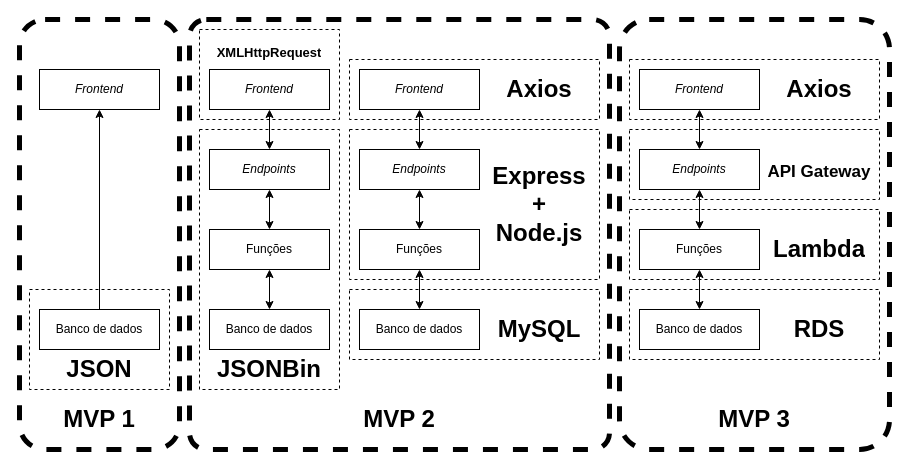
Before: page "Progressão" (1 of 3) of Files/Texto/Diagramas/Drawio/API.drawio in UENF-Organizacao-de-Disciplinas/INF01131-Monografia, a draw.io diagram. Source tidied: cells renumbered, new cells numbered last; positions are measured from the earlier drawing's top-left corner, leaving out a move shared by most shapes. Both pictures are drawn from the tidied source at 100%, with x=0, y=0 at pixel (19, 19).
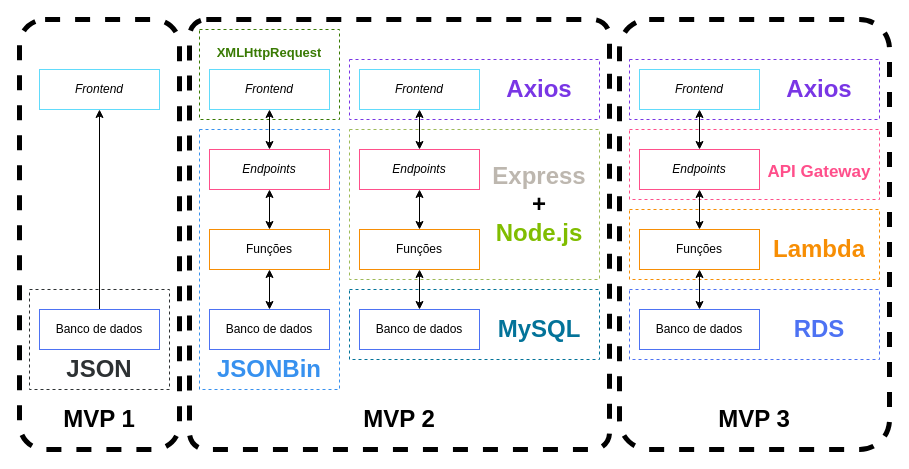
The same page after the edit.

What changed in the source:
```diff
@@
-    <mxCell id="3" style="group;" parent="1" vertex="1">
+    <mxCell id="3" style="group;rounded=0;dashed=1;strokeColor=#397a03;align=center;verticalAlign=middle;fontFamily=Helvetica;fontSize=12;fontColor=default;fillColor=none;" parent="1" vertex="1">
       <mxGeometry x="180" y="10" width="140" height="90" as="geometry" />
     </mxCell>
-    <mxCell id="4" value="&lt;h1&gt;&lt;font style=&quot;font-size: 13px&quot;&gt;XMLHttpRequest&lt;/font&gt;&lt;/h1&gt;" style="text;html=1;strokeColor=none;fillColor=none;spacing=5;spacingTop=-20;whiteSpace=wrap;overflow=hidden;rounded=0;dashed=1;align=center;" parent="3" vertex="1">
+    <mxCell id="4" value="&lt;h1&gt;&lt;font color=&quot;#397a03&quot; style=&quot;font-size: 13px&quot;&gt;XMLHttpRequest&lt;/font&gt;&lt;/h1&gt;" style="text;html=1;strokeColor=none;fillColor=none;spacing=5;spacingTop=-20;whiteSpace=wrap;overflow=hidden;rounded=0;dashed=1;align=center;fontFamily=Helvetica;fontSize=12;fontColor=default;" parent="3" vertex="1">
       <mxGeometry x="10" width="120" height="40" as="geometry" />
     </mxCell>
-    <mxCell id="5" style="rounded=0;whiteSpace=wrap;html=1;dashed=1;fillColor=none;" parent="3" vertex="1">
-      <mxGeometry width="140" height="90" as="geometry" />
-    </mxCell>
-    <mxCell id="6" style="rounded=1;whiteSpace=wrap;html=1;dashed=1;fillColor=none;strokeWidth=5;arcSize=16;" parent="1" vertex="1">
+    <mxCell id="6" style="rounded=1;whiteSpace=wrap;html=1;dashed=1;fillColor=none;strokeWidth=5;arcSize=16;strokeColor=default;" parent="1" vertex="1">
       <mxGeometry width="160" height="430" as="geometry" />
     </mxCell>
@@
-    <mxCell id="8" style="rounded=0;whiteSpace=wrap;html=1;dashed=1;fillColor=none;" parent="1" vertex="1">
+    <mxCell id="8" style="rounded=0;whiteSpace=wrap;html=1;dashed=1;fillColor=none;strokeColor=#4D72F3;" parent="1" vertex="1">
       <mxGeometry x="610" y="270" width="250" height="70" as="geometry" />
     </mxCell>
-    <mxCell id="9" style="rounded=0;whiteSpace=wrap;html=1;dashed=1;fillColor=none;" parent="1" vertex="1">
+    <mxCell id="9" style="rounded=0;whiteSpace=wrap;html=1;dashed=1;fillColor=none;labelBackgroundColor=none;strokeColor=#FF4F8B;" parent="1" vertex="1">
       <mxGeometry x="610" y="110" width="250" height="70" as="geometry" />
     </mxCell>
-    <mxCell id="10" style="rounded=0;whiteSpace=wrap;html=1;dashed=1;fillColor=none;" parent="1" vertex="1">
+    <mxCell id="10" style="rounded=0;whiteSpace=wrap;html=1;dashed=1;fillColor=none;fontColor=#F78E04;strokeColor=#F78E04;" parent="1" vertex="1">
       <mxGeometry x="610" y="190" width="250" height="70" as="geometry" />
     </mxCell>
-    <mxCell id="11" style="rounded=0;whiteSpace=wrap;html=1;dashed=1;fillColor=none;" parent="1" vertex="1">
+    <mxCell id="11" style="rounded=0;whiteSpace=wrap;html=1;dashed=1;fillColor=none;strokeColor=#7936e5;" parent="1" vertex="1">
       <mxGeometry x="610" y="40" width="250" height="60" as="geometry" />
     </mxCell>
-    <mxCell id="12" style="rounded=0;whiteSpace=wrap;html=1;dashed=1;fillColor=none;" parent="1" vertex="1">
+    <mxCell id="12" style="rounded=0;whiteSpace=wrap;html=1;dashed=1;fillColor=none;strokeColor=#2d3133;fontColor=#2d3133;" parent="1" vertex="1">
       <mxGeometry x="10" y="270" width="140" height="100" as="geometry" />
     </mxCell>
-    <mxCell id="13" style="rounded=0;whiteSpace=wrap;html=1;dashed=1;fillColor=none;" parent="1" vertex="1">
+    <mxCell id="13" style="rounded=0;whiteSpace=wrap;html=1;dashed=1;fillColor=none;fontColor=#3791ef;strokeColor=#3791ef;" parent="1" vertex="1">
       <mxGeometry x="180" y="110" width="140" height="260" as="geometry" />
     </mxCell>
-    <mxCell id="14" style="rounded=0;whiteSpace=wrap;html=1;dashed=1;fillColor=none;" parent="1" vertex="1">
+    <mxCell id="14" style="rounded=0;whiteSpace=wrap;html=1;dashed=1;fillColor=none;strokeColor=#037399;" parent="1" vertex="1">
       <mxGeometry x="330" y="270" width="250" height="70" as="geometry" />
     </mxCell>
-    <mxCell id="15" style="rounded=0;whiteSpace=wrap;html=1;dashed=1;fillColor=none;" parent="1" vertex="1">
+    <mxCell id="15" style="rounded=0;whiteSpace=wrap;html=1;dashed=1;fillColor=none;strokeColor=#9eba58;" parent="1" vertex="1">
       <mxGeometry x="330" y="110" width="250" height="150" as="geometry" />
     </mxCell>
-    <mxCell id="16" style="rounded=0;whiteSpace=wrap;html=1;dashed=1;fillColor=none;" parent="1" vertex="1">
+    <mxCell id="16" style="rounded=0;whiteSpace=wrap;html=1;dashed=1;fillColor=none;strokeColor=#7936e5;" parent="1" vertex="1">
       <mxGeometry x="330" y="40" width="250" height="60" as="geometry" />
     </mxCell>
@@
-    <mxCell id="18" value="&lt;i&gt;Frontend&lt;/i&gt;" style="rounded=0;whiteSpace=wrap;html=1;fillColor=none;" parent="1" vertex="1">
+    <mxCell id="18" value="&lt;i&gt;Frontend&lt;/i&gt;" style="rounded=0;whiteSpace=wrap;html=1;fillColor=none;strokeColor=#61dbfb;" parent="1" vertex="1">
       <mxGeometry x="20" y="50" width="120" height="40" as="geometry" />
     </mxCell>
@@
-    <mxCell id="20" value="Banco de dados" style="rounded=0;whiteSpace=wrap;html=1;fillColor=none;" parent="1" vertex="1">
+    <mxCell id="20" value="Banco de dados" style="rounded=0;whiteSpace=wrap;html=1;fillColor=none;strokeColor=#4D72F3;" parent="1" vertex="1">
       <mxGeometry x="20" y="290" width="120" height="40" as="geometry" />
     </mxCell>
@@
-    <mxCell id="22" value="&lt;i&gt;Frontend&lt;/i&gt;" style="rounded=0;whiteSpace=wrap;html=1;fillColor=none;" parent="1" vertex="1">
+    <mxCell id="22" value="&lt;i&gt;Frontend&lt;/i&gt;" style="rounded=0;whiteSpace=wrap;html=1;fillColor=none;strokeColor=#61dbfb;" parent="1" vertex="1">
       <mxGeometry x="190" y="50" width="120" height="40" as="geometry" />
     </mxCell>
@@
-    <mxCell id="24" value="&lt;i&gt;Endpoints&lt;/i&gt;" style="rounded=0;whiteSpace=wrap;html=1;fillColor=none;" parent="1" vertex="1">
+    <mxCell id="24" value="&lt;i&gt;Endpoints&lt;/i&gt;" style="rounded=0;whiteSpace=wrap;html=1;fillColor=none;strokeColor=#FF4F8B;" parent="1" vertex="1">
       <mxGeometry x="190" y="130" width="120" height="40" as="geometry" />
     </mxCell>
@@
-    <mxCell id="26" value="Funções" style="rounded=0;whiteSpace=wrap;html=1;fillColor=none;" parent="1" vertex="1">
+    <mxCell id="26" value="Funções" style="rounded=0;whiteSpace=wrap;html=1;fillColor=none;strokeColor=#F78E04;" parent="1" vertex="1">
       <mxGeometry x="190" y="210" width="120" height="40" as="geometry" />
     </mxCell>
-    <mxCell id="27" value="Banco de dados" style="rounded=0;whiteSpace=wrap;html=1;fillColor=none;" parent="1" vertex="1">
+    <mxCell id="27" value="Banco de dados" style="rounded=0;whiteSpace=wrap;html=1;fillColor=none;strokeColor=#4D72F3;" parent="1" vertex="1">
       <mxGeometry x="190" y="290" width="120" height="40" as="geometry" />
     </mxCell>
-    <mxCell id="28" value="&lt;h1&gt;JSONBin&lt;/h1&gt;" style="text;html=1;strokeColor=none;fillColor=none;spacing=5;spacingTop=-20;whiteSpace=wrap;overflow=hidden;rounded=0;dashed=1;align=center;" parent="1" vertex="1">
+    <mxCell id="28" value="&lt;h1&gt;JSONBin&lt;/h1&gt;" style="text;html=1;strokeColor=none;fillColor=none;spacing=5;spacingTop=-20;whiteSpace=wrap;overflow=hidden;rounded=0;dashed=1;align=center;fontColor=#3791ef;" parent="1" vertex="1">
       <mxGeometry x="190" y="330" width="120" height="40" as="geometry" />
     </mxCell>
@@
-    <mxCell id="30" value="&lt;i&gt;Frontend&lt;/i&gt;" style="rounded=0;whiteSpace=wrap;html=1;fillColor=none;" parent="1" vertex="1">
+    <mxCell id="30" value="&lt;i&gt;Frontend&lt;/i&gt;" style="rounded=0;whiteSpace=wrap;html=1;fillColor=none;strokeColor=#61dbfb;" parent="1" vertex="1">
       <mxGeometry x="340" y="50" width="120" height="40" as="geometry" />
     </mxCell>
@@
-    <mxCell id="32" value="&lt;i&gt;Endpoints&lt;/i&gt;" style="rounded=0;whiteSpace=wrap;html=1;fillColor=none;" parent="1" vertex="1">
+    <mxCell id="32" value="&lt;i&gt;Endpoints&lt;/i&gt;" style="rounded=0;whiteSpace=wrap;html=1;fillColor=none;strokeColor=#FF4F8B;" parent="1" vertex="1">
       <mxGeometry x="340" y="130" width="120" height="40" as="geometry" />
     </mxCell>
@@
-    <mxCell id="34" value="Funções" style="rounded=0;whiteSpace=wrap;html=1;fillColor=none;" parent="1" vertex="1">
+    <mxCell id="34" value="Funções" style="rounded=0;whiteSpace=wrap;html=1;fillColor=none;strokeColor=#F78E04;" parent="1" vertex="1">
       <mxGeometry x="340" y="210" width="120" height="40" as="geometry" />
     </mxCell>
-    <mxCell id="35" value="Banco de dados" style="rounded=0;whiteSpace=wrap;html=1;fillColor=none;" parent="1" vertex="1">
+    <mxCell id="35" value="Banco de dados" style="rounded=0;whiteSpace=wrap;html=1;fillColor=none;strokeColor=#4D72F3;" parent="1" vertex="1">
       <mxGeometry x="340" y="290" width="120" height="40" as="geometry" />
     </mxCell>
-    <mxCell id="36" value="&lt;h1&gt;MySQL&lt;/h1&gt;" style="text;html=1;strokeColor=none;fillColor=none;spacing=5;spacingTop=-20;whiteSpace=wrap;overflow=hidden;rounded=0;dashed=1;align=center;" parent="1" vertex="1">
+    <mxCell id="36" value="&lt;h1&gt;&lt;font color=&quot;#037399&quot;&gt;MySQL&lt;/font&gt;&lt;/h1&gt;" style="text;html=1;strokeColor=none;fillColor=none;spacing=5;spacingTop=-20;whiteSpace=wrap;overflow=hidden;rounded=0;dashed=1;align=center;" parent="1" vertex="1">
       <mxGeometry x="460" y="290" width="120" height="40" as="geometry" />
     </mxCell>
-    <mxCell id="37" value="&lt;h1&gt;Express&lt;br&gt;+&lt;br&gt;Node.js&lt;/h1&gt;" style="text;html=1;strokeColor=none;fillColor=none;spacing=5;spacingTop=-20;whiteSpace=wrap;overflow=hidden;rounded=0;dashed=1;align=center;verticalAlign=bottom;" parent="1" vertex="1">
+    <mxCell id="37" value="&lt;h1&gt;&lt;font color=&quot;#bdb7af&quot;&gt;Express&lt;/font&gt;&lt;br&gt;+&lt;br&gt;&lt;font color=&quot;#80bd00&quot;&gt;Node.js&lt;/font&gt;&lt;/h1&gt;" style="text;html=1;strokeColor=none;fillColor=none;spacing=5;spacingTop=-20;whiteSpace=wrap;overflow=hidden;rounded=0;dashed=1;align=center;verticalAlign=bottom;" parent="1" vertex="1">
       <mxGeometry x="460" y="130" width="120" height="120" as="geometry" />
     </mxCell>
@@
-    <mxCell id="39" value="&lt;i&gt;Frontend&lt;/i&gt;" style="rounded=0;whiteSpace=wrap;html=1;fillColor=none;" parent="1" vertex="1">
+    <mxCell id="39" value="&lt;i&gt;Frontend&lt;/i&gt;" style="rounded=0;whiteSpace=wrap;html=1;fillColor=none;strokeColor=#61dbfb;" parent="1" vertex="1">
       <mxGeometry x="620" y="50" width="120" height="40" as="geometry" />
     </mxCell>
@@
-    <mxCell id="41" value="&lt;i&gt;Endpoints&lt;/i&gt;" style="rounded=0;whiteSpace=wrap;html=1;fillColor=none;" parent="1" vertex="1">
+    <mxCell id="41" value="&lt;i&gt;Endpoints&lt;/i&gt;" style="rounded=0;whiteSpace=wrap;html=1;fillColor=none;strokeColor=#FF4F8B;" parent="1" vertex="1">
       <mxGeometry x="620" y="130" width="120" height="40" as="geometry" />
     </mxCell>
@@
-    <mxCell id="43" value="Funções" style="rounded=0;whiteSpace=wrap;html=1;fillColor=none;" parent="1" vertex="1">
+    <mxCell id="43" value="Funções" style="rounded=0;whiteSpace=wrap;html=1;fillColor=none;strokeColor=#F78E04;" parent="1" vertex="1">
       <mxGeometry x="620" y="210" width="120" height="40" as="geometry" />
     </mxCell>
-    <mxCell id="44" value="Banco de dados" style="rounded=0;whiteSpace=wrap;html=1;fillColor=none;" parent="1" vertex="1">
+    <mxCell id="44" value="Banco de dados" style="rounded=0;whiteSpace=wrap;html=1;fillColor=none;strokeColor=#4D72F3;" parent="1" vertex="1">
       <mxGeometry x="620" y="290" width="120" height="40" as="geometry" />
     </mxCell>
-    <mxCell id="45" value="&lt;h1&gt;RDS&lt;/h1&gt;" style="text;html=1;strokeColor=none;fillColor=none;spacing=5;spacingTop=-20;whiteSpace=wrap;overflow=hidden;rounded=0;dashed=1;align=center;" parent="1" vertex="1">
+    <mxCell id="45" value="&lt;h1&gt;RDS&lt;/h1&gt;" style="text;html=1;strokeColor=none;fillColor=none;spacing=5;spacingTop=-20;whiteSpace=wrap;overflow=hidden;rounded=0;dashed=1;align=center;fontColor=#4D72F3;" parent="1" vertex="1">
       <mxGeometry x="740" y="290" width="120" height="40" as="geometry" />
     </mxCell>
-    <mxCell id="46" value="&lt;h1&gt;&lt;font style=&quot;font-size: 17px&quot;&gt;API Gateway&lt;/font&gt;&lt;/h1&gt;" style="text;html=1;strokeColor=none;fillColor=none;spacing=5;spacingTop=-20;whiteSpace=wrap;overflow=hidden;rounded=0;dashed=1;align=center;" parent="1" vertex="1">
+    <mxCell id="46" value="&lt;h1&gt;&lt;font style=&quot;font-size: 17px&quot;&gt;API Gateway&lt;/font&gt;&lt;/h1&gt;" style="text;html=1;strokeColor=none;fillColor=none;spacing=5;spacingTop=-20;whiteSpace=wrap;overflow=hidden;rounded=0;dashed=1;align=center;fontColor=#FF4F8B;" parent="1" vertex="1">
       <mxGeometry x="740" y="130" width="120" height="40" as="geometry" />
     </mxCell>
-    <mxCell id="47" value="&lt;h1 style=&quot;font-size: 24px;&quot;&gt;&lt;font style=&quot;font-size: 24px;&quot;&gt;Lambda&lt;/font&gt;&lt;/h1&gt;" style="text;html=1;strokeColor=none;fillColor=none;spacing=5;spacingTop=-20;whiteSpace=wrap;overflow=hidden;rounded=0;dashed=1;align=center;fontSize=24;" parent="1" vertex="1">
+    <mxCell id="47" value="&lt;h1 style=&quot;font-size: 24px;&quot;&gt;&lt;font style=&quot;font-size: 24px;&quot;&gt;Lambda&lt;/font&gt;&lt;/h1&gt;" style="text;html=1;strokeColor=none;fillColor=none;spacing=5;spacingTop=-20;whiteSpace=wrap;overflow=hidden;rounded=0;dashed=1;align=center;fontSize=24;fontColor=#F78E04;" parent="1" vertex="1">
       <mxGeometry x="740" y="210" width="120" height="40" as="geometry" />
     </mxCell>
-    <mxCell id="48" value="&lt;h1&gt;Axios&lt;/h1&gt;" style="text;html=1;strokeColor=none;fillColor=none;spacing=5;spacingTop=-20;whiteSpace=wrap;overflow=hidden;rounded=0;dashed=1;align=center;" parent="1" vertex="1">
+    <mxCell id="48" value="&lt;h1&gt;Axios&lt;/h1&gt;" style="text;html=1;strokeColor=none;fillColor=none;spacing=5;spacingTop=-20;whiteSpace=wrap;overflow=hidden;rounded=0;dashed=1;align=center;fontColor=#7936E5;" parent="1" vertex="1">
       <mxGeometry x="460" y="50" width="120" height="40" as="geometry" />
     </mxCell>
-    <mxCell id="49" value="&lt;h1&gt;Axios&lt;/h1&gt;" style="text;html=1;strokeColor=none;fillColor=none;spacing=5;spacingTop=-20;whiteSpace=wrap;overflow=hidden;rounded=0;dashed=1;align=center;" parent="1" vertex="1">
+    <mxCell id="49" value="&lt;h1&gt;Axios&lt;/h1&gt;" style="text;html=1;strokeColor=none;fillColor=none;spacing=5;spacingTop=-20;whiteSpace=wrap;overflow=hidden;rounded=0;dashed=1;align=center;fontColor=#7936E5;" parent="1" vertex="1">
       <mxGeometry x="740" y="50" width="120" height="40" as="geometry" />
     </mxCell>
-    <mxCell id="50" value="&lt;h1&gt;JSON&lt;/h1&gt;" style="text;html=1;strokeColor=none;fillColor=none;spacing=5;spacingTop=-20;whiteSpace=wrap;overflow=hidden;rounded=0;dashed=1;align=center;" parent="1" vertex="1">
+    <mxCell id="50" value="&lt;h1&gt;JSON&lt;/h1&gt;" style="text;html=1;strokeColor=none;fillColor=none;spacing=5;spacingTop=-20;whiteSpace=wrap;overflow=hidden;rounded=0;dashed=1;align=center;fontColor=#2d3133;" parent="1" vertex="1">
       <mxGeometry x="20" y="330" width="120" height="40" as="geometry" />
     </mxCell>
```
